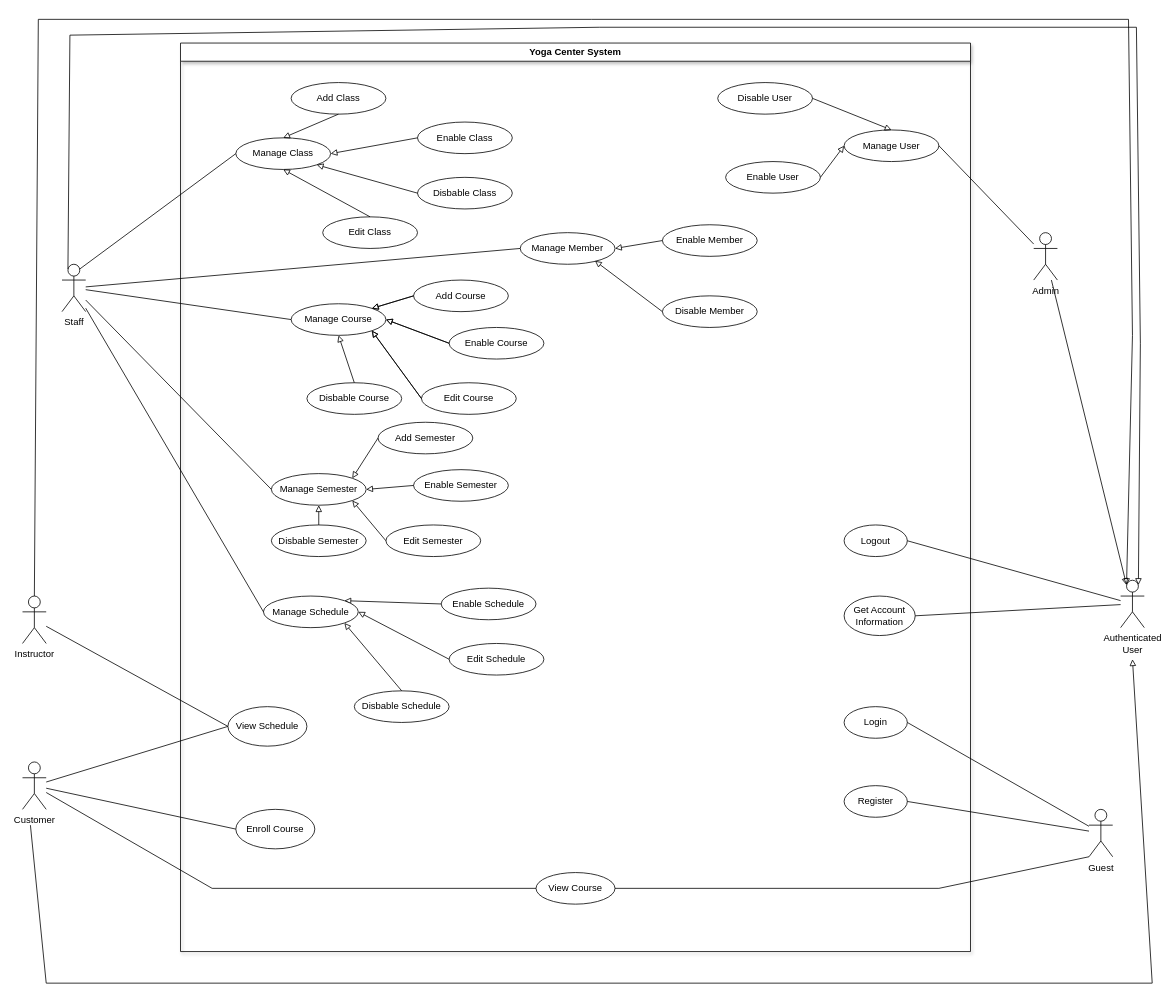
This is page "SWR1" (4 of 4) of Untitled Diagram.drawio from minhng-178/web-starter-projects, a draw.io file, before an edit. Source tidied: cells renumbered, new cells numbered last; positions are measured from the earlier drawing's top-left corner, leaving out a move shared by most shapes. Both pictures are drawn from the tidied source at 79%, with x=0, y=0 at pixel (22, 19).
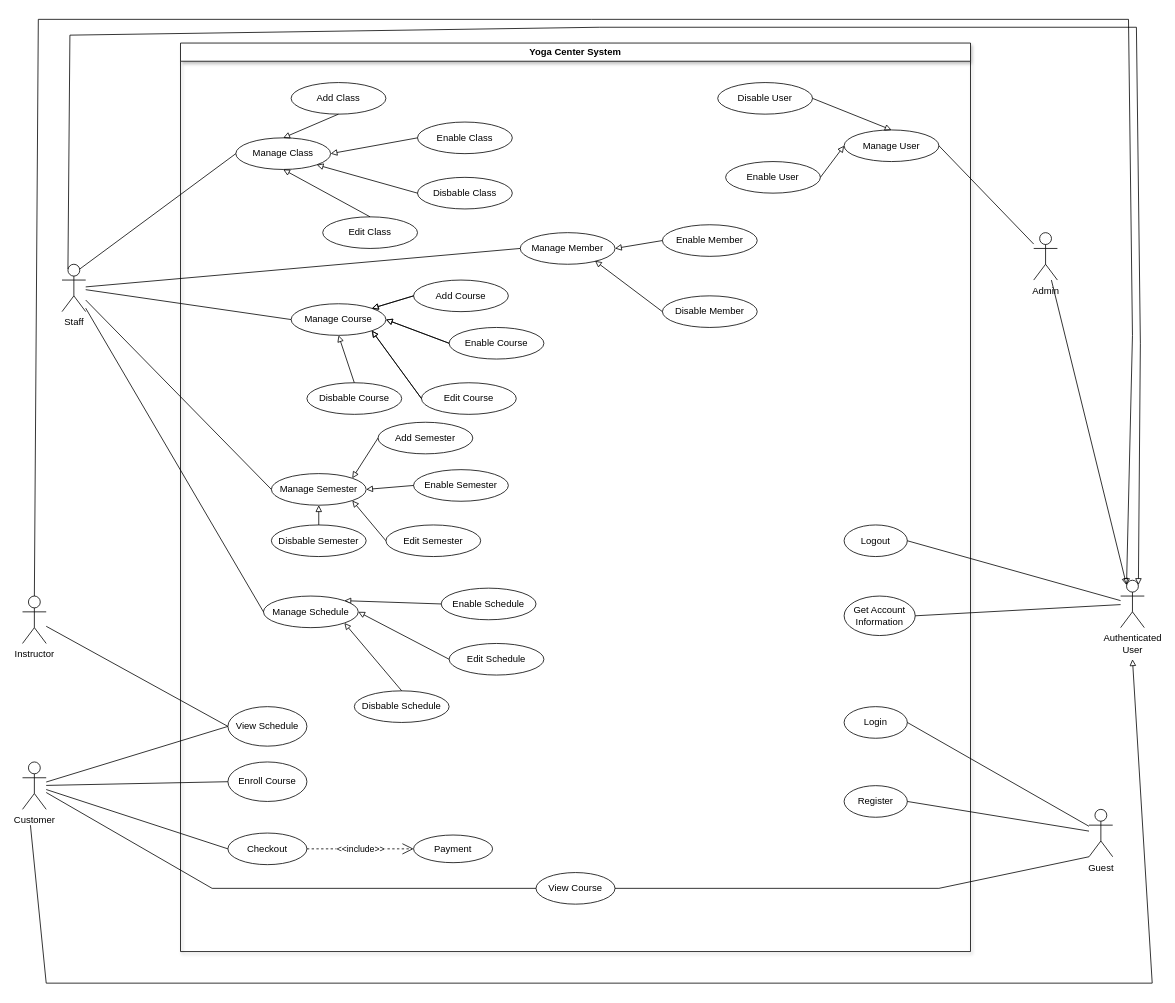
The same page after the edit.

Commit message:
Cập nhật Untitled Diagram.drawio

Unchanged cells that the change refers to:
```xml
<mxCell id="2" value="Yoga Center System" style="swimlane;whiteSpace=wrap;html=1;shadow=1;fontStyle=1;" parent="1" vertex="1">
  <mxGeometry x="200" y="30" width="1000" height="1150" as="geometry" />
</mxCell>
<mxCell id="59" value="Customer" style="shape=umlActor;verticalLabelPosition=bottom;verticalAlign=top;html=1;outlineConnect=0;" parent="1" vertex="1">
  <mxGeometry y="940" width="30" height="60" as="geometry" />
</mxCell>
```

Change to the diagram source:
```diff
@@
     <mxCell id="11" value="Enroll Course" style="ellipse;whiteSpace=wrap;html=1;" parent="2" vertex="1">
-      <mxGeometry x="70" y="970" width="100" height="50" as="geometry" />
+      <mxGeometry x="60" y="910" width="100" height="50" as="geometry" />
     </mxCell>
@@
+    <mxCell id="82" value="Checkout" style="ellipse;whiteSpace=wrap;html=1;" parent="2" vertex="1">
+      <mxGeometry x="60" y="1000" width="100" height="40" as="geometry" />
+    </mxCell>
+    <mxCell id="83" value="Payment" style="ellipse;whiteSpace=wrap;html=1;" parent="2" vertex="1">
+      <mxGeometry x="295" y="1002.5" width="100" height="35" as="geometry" />
+    </mxCell>
+    <mxCell id="84" value="&amp;lt;&amp;lt;include&amp;gt;&amp;gt;" style="endArrow=open;dashed=1;endFill=0;endSize=12;html=1;rounded=0;exitX=1;exitY=0.5;exitDx=0;exitDy=0;entryX=0;entryY=0.5;entryDx=0;entryDy=0;" parent="2" edge="1" source="82" target="83">
+      <mxGeometry relative="1" as="geometry" />
+    </mxCell>
@@
+    <mxCell id="85" style="endArrow=none;html=1;rounded=0;exitX=0;exitY=0.5;exitDx=0;exitDy=0;" parent="1" edge="1" source="82" target="59">
+      <mxGeometry relative="1" as="geometry" />
+    </mxCell>
```
